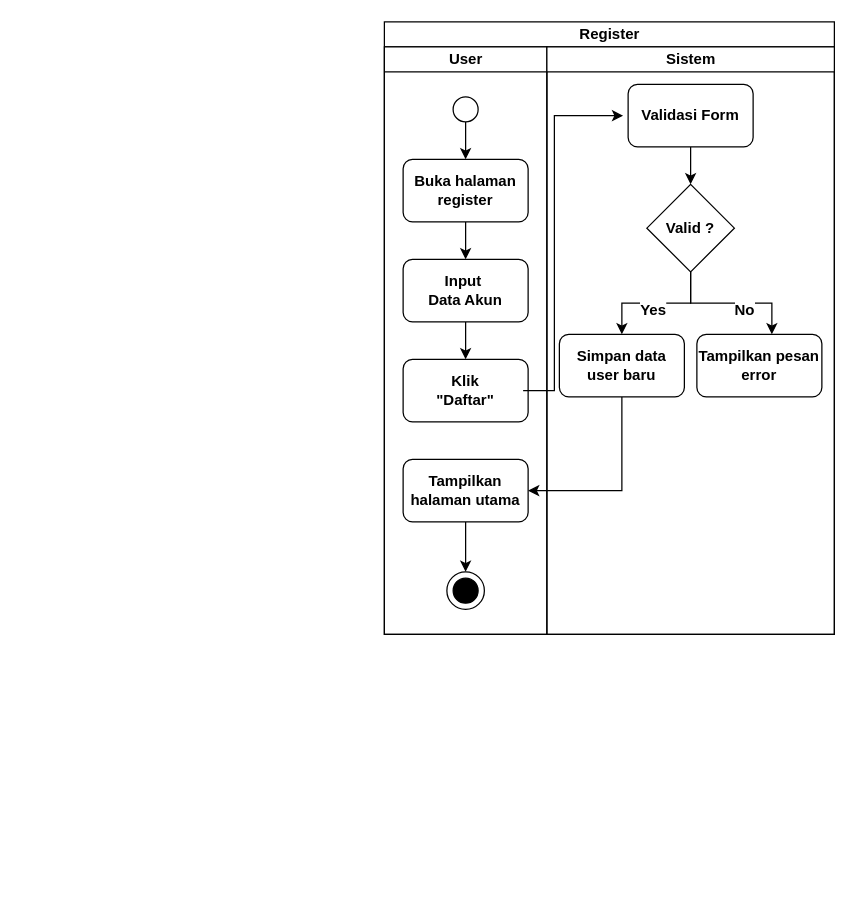
RIOKOWI/warmindo_purnama_flutter keeps this draw.io diagram as page "register" (17 of 19) of assets/uml/activity-diagram.drawio. Above is the earlier version. Source tidied: cells renumbered, new cells numbered last; positions are measured from the earlier drawing's top-left corner, leaving out a move shared by most shapes. Both pictures are drawn from the tidied source at 125%, with x=0, y=0 at pixel (21, 21).
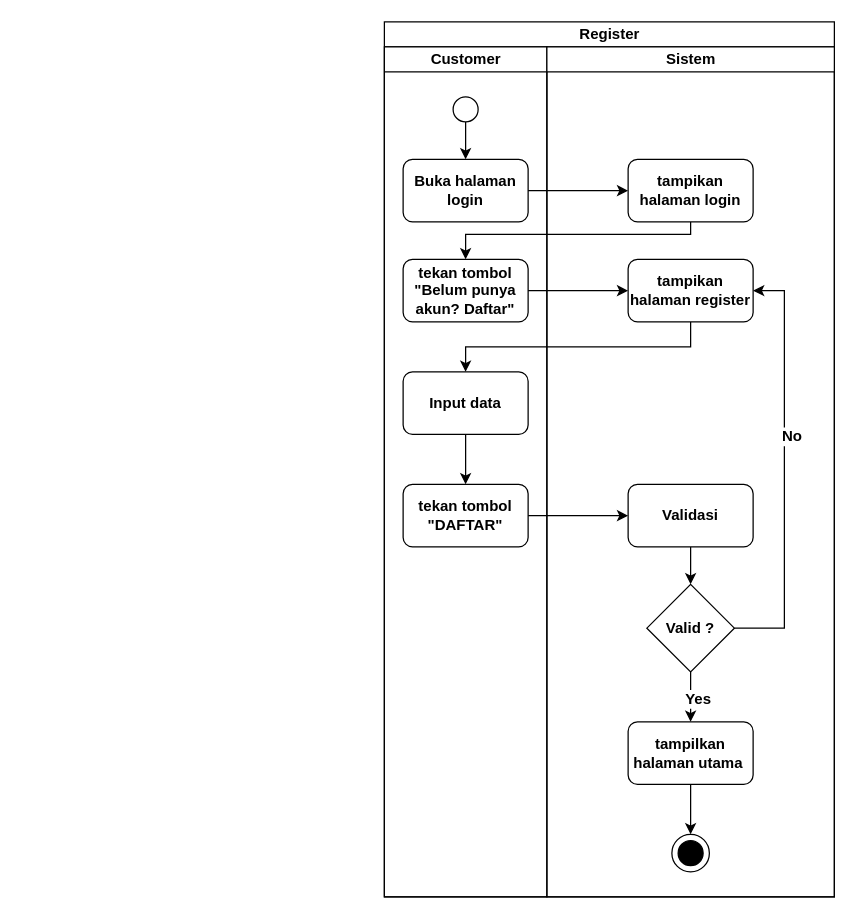
The same page after the edit.

Commit message:
docs(uml): refactor activity diagram register

Change to the diagram source:
```diff
@@
     <mxCell id="3" value="Register" style="swimlane;startSize=20;html=1;" parent="1" vertex="1">
-      <mxGeometry x="290" width="360" height="490" as="geometry" />
+      <mxGeometry x="290" width="360" height="700" as="geometry" />
     </mxCell>
-    <mxCell id="4" value="User" style="swimlane;startSize=20;html=1;" parent="3" vertex="1">
-      <mxGeometry y="20" width="130" height="470" as="geometry" />
+    <mxCell id="4" value="Customer" style="swimlane;startSize=20;html=1;" parent="3" vertex="1">
+      <mxGeometry y="20" width="130" height="680" as="geometry" />
     </mxCell>
@@
-    <mxCell id="7" style="edgeStyle=orthogonalEdgeStyle;shape=connector;rounded=0;html=1;entryX=0.5;entryY=0;entryDx=0;entryDy=0;strokeColor=default;align=center;verticalAlign=middle;fontFamily=Helvetica;fontSize=12;fontColor=default;fontStyle=1;labelBackgroundColor=default;endArrow=classic;curved=0;" parent="4" edge="1" source="8" target="10">
-      <mxGeometry relative="1" as="geometry" />
-    </mxCell>
-    <mxCell id="8" value="Buka halaman register" style="rounded=1;whiteSpace=wrap;html=1;strokeColor=default;align=center;verticalAlign=middle;fontFamily=Helvetica;fontSize=12;fontColor=default;fontStyle=1;fillColor=default;" parent="4" vertex="1">
+    <mxCell id="8" value="Buka halaman login" style="rounded=1;whiteSpace=wrap;html=1;strokeColor=default;align=center;verticalAlign=middle;fontFamily=Helvetica;fontSize=12;fontColor=default;fontStyle=1;fillColor=default;" parent="4" vertex="1">
       <mxGeometry x="15" y="90" width="100" height="50" as="geometry" />
     </mxCell>
-    <mxCell id="9" style="edgeStyle=orthogonalEdgeStyle;shape=connector;rounded=0;html=1;entryX=0.5;entryY=0;entryDx=0;entryDy=0;strokeColor=default;align=center;verticalAlign=middle;fontFamily=Helvetica;fontSize=12;fontColor=default;fontStyle=1;labelBackgroundColor=default;endArrow=classic;curved=0;" parent="4" edge="1" source="10" target="11">
-      <mxGeometry relative="1" as="geometry" />
-    </mxCell>
-    <mxCell id="10" value="Input&amp;nbsp;&lt;div&gt;Data Akun&lt;/div&gt;" style="rounded=1;whiteSpace=wrap;html=1;strokeColor=default;align=center;verticalAlign=middle;fontFamily=Helvetica;fontSize=12;fontColor=default;fontStyle=1;fillColor=default;" parent="4" vertex="1">
+    <mxCell id="10" value="tekan tombol&lt;div&gt;&quot;Belum punya akun? Daftar&quot;&lt;/div&gt;" style="rounded=1;whiteSpace=wrap;html=1;strokeColor=default;align=center;verticalAlign=middle;fontFamily=Helvetica;fontSize=12;fontColor=default;fontStyle=1;fillColor=default;" parent="4" vertex="1">
       <mxGeometry x="15" y="170" width="100" height="50" as="geometry" />
     </mxCell>
+    <mxCell id="29" style="edgeStyle=orthogonalEdgeStyle;shape=connector;curved=0;rounded=0;html=1;entryX=0.5;entryY=0;entryDx=0;entryDy=0;strokeColor=default;align=center;verticalAlign=middle;fontFamily=Helvetica;fontSize=12;fontColor=default;fontStyle=1;labelBackgroundColor=default;endArrow=classic;" parent="4" edge="1" source="11" target="13">
+      <mxGeometry relative="1" as="geometry" />
+    </mxCell>
-    <mxCell id="11" value="Klik&lt;div&gt;&quot;Daftar&quot;&lt;/div&gt;" style="rounded=1;whiteSpace=wrap;html=1;strokeColor=default;align=center;verticalAlign=middle;fontFamily=Helvetica;fontSize=12;fontColor=default;fontStyle=1;fillColor=default;" parent="4" vertex="1">
-      <mxGeometry x="15" y="250" width="100" height="50" as="geometry" />
+    <mxCell id="11" value="Input data" style="rounded=1;whiteSpace=wrap;html=1;strokeColor=default;align=center;verticalAlign=middle;fontFamily=Helvetica;fontSize=12;fontColor=default;fontStyle=1;fillColor=default;" parent="4" vertex="1">
+      <mxGeometry x="15" y="260" width="100" height="50" as="geometry" />
     </mxCell>
-    <mxCell id="12" style="edgeStyle=orthogonalEdgeStyle;shape=connector;rounded=0;html=1;entryX=0.5;entryY=0;entryDx=0;entryDy=0;strokeColor=default;align=center;verticalAlign=middle;fontFamily=Helvetica;fontSize=12;fontColor=default;fontStyle=1;labelBackgroundColor=default;endArrow=classic;curved=0;" parent="4" edge="1" source="13" target="15">
-      <mxGeometry relative="1" as="geometry" />
-    </mxCell>
-    <mxCell id="13" value="Tampilkan halaman utama" style="rounded=1;whiteSpace=wrap;html=1;strokeColor=default;align=center;verticalAlign=middle;fontFamily=Helvetica;fontSize=12;fontColor=default;fontStyle=1;fillColor=default;" parent="4" vertex="1">
-      <mxGeometry x="15" y="330" width="100" height="50" as="geometry" />
+    <mxCell id="13" value="tekan tombol&lt;div&gt;&quot;DAFTAR&quot;&lt;/div&gt;" style="rounded=1;whiteSpace=wrap;html=1;strokeColor=default;align=center;verticalAlign=middle;fontFamily=Helvetica;fontSize=12;fontColor=default;fontStyle=1;fillColor=default;" parent="4" vertex="1">
+      <mxGeometry x="15" y="350" width="100" height="50" as="geometry" />
     </mxCell>
-    <mxCell id="14" style="group;" parent="4" vertex="1">
-      <mxGeometry x="50" y="420" width="30" height="30" as="geometry" />
-    </mxCell>
-    <mxCell id="15" style="ellipse;whiteSpace=wrap;html=1;strokeColor=default;align=center;verticalAlign=middle;fontFamily=Helvetica;fontSize=12;fontColor=default;fontStyle=1;fillColor=default;" parent="14" vertex="1">
-      <mxGeometry width="30" height="30" as="geometry" />
-    </mxCell>
-    <mxCell id="16" style="ellipse;whiteSpace=wrap;html=1;strokeColor=default;align=center;verticalAlign=middle;fontFamily=Helvetica;fontSize=12;fontColor=default;fontStyle=1;fillColor=light-dark(#000000,#000000);" parent="14" vertex="1">
-      <mxGeometry x="5" y="5" width="20" height="20" as="geometry" />
-    </mxCell>
+    <mxCell id="30" style="edgeStyle=orthogonalEdgeStyle;shape=connector;curved=0;rounded=0;html=1;entryX=0;entryY=0.5;entryDx=0;entryDy=0;strokeColor=default;align=center;verticalAlign=middle;fontFamily=Helvetica;fontSize=12;fontColor=default;fontStyle=1;labelBackgroundColor=default;endArrow=classic;" parent="3" edge="1" source="10" target="19">
+      <mxGeometry relative="1" as="geometry" />
+    </mxCell>
+    <mxCell id="18" style="edgeStyle=orthogonalEdgeStyle;shape=connector;rounded=0;html=1;entryX=0.5;entryY=0;entryDx=0;entryDy=0;strokeColor=default;align=center;verticalAlign=middle;fontFamily=Helvetica;fontSize=12;fontColor=default;fontStyle=1;labelBackgroundColor=default;endArrow=classic;curved=0;" parent="3" edge="1" source="19" target="11">
+      <mxGeometry relative="1" as="geometry">
+        <Array as="points">
+          <mxPoint x="245" y="260" />
+          <mxPoint x="65" y="260" />
+        </Array>
+      </mxGeometry>
+    </mxCell>
     <mxCell id="17" value="Sistem" style="swimlane;startSize=20;html=1;" parent="3" vertex="1">
-      <mxGeometry x="130" y="20" width="230" height="470" as="geometry" />
+      <mxGeometry x="130" y="20" width="230" height="680" as="geometry" />
     </mxCell>
-    <mxCell id="18" style="edgeStyle=orthogonalEdgeStyle;shape=connector;rounded=0;html=1;entryX=0.5;entryY=0;entryDx=0;entryDy=0;strokeColor=default;align=center;verticalAlign=middle;fontFamily=Helvetica;fontSize=12;fontColor=default;fontStyle=1;labelBackgroundColor=default;endArrow=classic;curved=0;" parent="17" edge="1" source="19" target="22">
-      <mxGeometry relative="1" as="geometry" />
-    </mxCell>
-    <mxCell id="19" value="Validasi Form" style="rounded=1;whiteSpace=wrap;html=1;strokeColor=default;align=center;verticalAlign=middle;fontFamily=Helvetica;fontSize=12;fontColor=default;fontStyle=1;fillColor=default;" parent="17" vertex="1">
-      <mxGeometry x="65" y="30" width="100" height="50" as="geometry" />
+    <mxCell id="19" value="tampikan halaman register" style="rounded=1;whiteSpace=wrap;html=1;strokeColor=default;align=center;verticalAlign=middle;fontFamily=Helvetica;fontSize=12;fontColor=default;fontStyle=1;fillColor=default;" parent="17" vertex="1">
+      <mxGeometry x="65" y="170" width="100" height="50" as="geometry" />
     </mxCell>
@@
     <mxCell id="22" value="Valid ?" style="rhombus;whiteSpace=wrap;html=1;strokeColor=default;align=center;verticalAlign=middle;fontFamily=Helvetica;fontSize=12;fontColor=default;fontStyle=1;fillColor=default;" parent="17" vertex="1">
-      <mxGeometry x="80" y="110" width="70" height="70" as="geometry" />
+      <mxGeometry x="80" y="430" width="70" height="70" as="geometry" />
     </mxCell>
+    <mxCell id="31" style="edgeStyle=orthogonalEdgeStyle;shape=connector;curved=0;rounded=0;html=1;entryX=0.5;entryY=0;entryDx=0;entryDy=0;strokeColor=default;align=center;verticalAlign=middle;fontFamily=Helvetica;fontSize=12;fontColor=default;fontStyle=1;labelBackgroundColor=default;endArrow=classic;" parent="17" edge="1" source="23" target="15">
+      <mxGeometry relative="1" as="geometry" />
+    </mxCell>
-    <mxCell id="23" value="Simpan data user baru" style="rounded=1;whiteSpace=wrap;html=1;strokeColor=default;align=center;verticalAlign=middle;fontFamily=Helvetica;fontSize=12;fontColor=default;fontStyle=1;fillColor=default;" parent="17" vertex="1">
-      <mxGeometry x="10" y="230" width="100" height="50" as="geometry" />
+    <mxCell id="23" value="tampilkan halaman utama&amp;nbsp;" style="rounded=1;whiteSpace=wrap;html=1;strokeColor=default;align=center;verticalAlign=middle;fontFamily=Helvetica;fontSize=12;fontColor=default;fontStyle=1;fillColor=default;" parent="17" vertex="1">
+      <mxGeometry x="65" y="540" width="100" height="50" as="geometry" />
     </mxCell>
-    <mxCell id="24" value="Tampilkan pesan error" style="rounded=1;whiteSpace=wrap;html=1;strokeColor=default;align=center;verticalAlign=middle;fontFamily=Helvetica;fontSize=12;fontColor=default;fontStyle=1;fillColor=default;" parent="17" vertex="1">
-      <mxGeometry x="120" y="230" width="100" height="50" as="geometry" />
-    </mxCell>
-    <mxCell id="25" style="edgeStyle=orthogonalEdgeStyle;shape=connector;rounded=0;html=1;entryX=0.6;entryY=0;entryDx=0;entryDy=0;entryPerimeter=0;strokeColor=default;align=center;verticalAlign=middle;fontFamily=Helvetica;fontSize=12;fontColor=default;fontStyle=1;labelBackgroundColor=default;endArrow=classic;curved=0;" parent="17" edge="1" source="22" target="24">
-      <mxGeometry relative="1" as="geometry" />
+    <mxCell id="25" style="edgeStyle=orthogonalEdgeStyle;shape=connector;rounded=0;html=1;entryX=1;entryY=0.5;entryDx=0;entryDy=0;strokeColor=default;align=center;verticalAlign=middle;fontFamily=Helvetica;fontSize=12;fontColor=default;fontStyle=1;labelBackgroundColor=default;endArrow=classic;curved=0;" parent="17" edge="1" source="22" target="19">
+      <mxGeometry relative="1" as="geometry">
+        <Array as="points">
+          <mxPoint x="190" y="465" />
+          <mxPoint x="190" y="195" />
+        </Array>
+      </mxGeometry>
     </mxCell>
@@
-    <mxCell id="27" style="edgeStyle=orthogonalEdgeStyle;shape=connector;rounded=0;html=1;entryX=0;entryY=0.5;entryDx=0;entryDy=0;strokeColor=default;align=center;verticalAlign=middle;fontFamily=Helvetica;fontSize=12;fontColor=default;fontStyle=1;labelBackgroundColor=default;endArrow=classic;curved=0;" parent="3" edge="1">
-      <mxGeometry relative="1" as="geometry">
-        <mxPoint x="111" y="295" as="sourcePoint" />
-        <mxPoint x="191" y="75" as="targetPoint" />
-        <Array as="points">
-          <mxPoint x="136" y="295" />
-          <mxPoint x="136" y="75" />
-        </Array>
-      </mxGeometry>
-    </mxCell>
-    <mxCell id="28" style="edgeStyle=orthogonalEdgeStyle;shape=connector;rounded=0;html=1;entryX=1;entryY=0.5;entryDx=0;entryDy=0;strokeColor=default;align=center;verticalAlign=middle;fontFamily=Helvetica;fontSize=12;fontColor=default;fontStyle=1;labelBackgroundColor=default;endArrow=classic;curved=0;" parent="3" edge="1" source="23" target="13">
-      <mxGeometry relative="1" as="geometry">
-        <Array as="points">
-          <mxPoint x="190" y="375" />
-        </Array>
-      </mxGeometry>
-    </mxCell>
+    <mxCell id="32" style="edgeStyle=orthogonalEdgeStyle;shape=connector;curved=0;rounded=0;html=1;entryX=0.5;entryY=0;entryDx=0;entryDy=0;strokeColor=default;align=center;verticalAlign=middle;fontFamily=Helvetica;fontSize=12;fontColor=default;fontStyle=1;labelBackgroundColor=default;endArrow=classic;" parent="17" edge="1" source="33" target="22">
+      <mxGeometry relative="1" as="geometry" />
+    </mxCell>
+    <mxCell id="33" value="Validasi" style="rounded=1;whiteSpace=wrap;html=1;strokeColor=default;align=center;verticalAlign=middle;fontFamily=Helvetica;fontSize=12;fontColor=default;fontStyle=1;fillColor=default;" parent="17" vertex="1">
+      <mxGeometry x="65" y="350" width="100" height="50" as="geometry" />
+    </mxCell>
+    <mxCell id="34" value="tampikan halaman login" style="rounded=1;whiteSpace=wrap;html=1;strokeColor=default;align=center;verticalAlign=middle;fontFamily=Helvetica;fontSize=12;fontColor=default;fontStyle=1;fillColor=default;" parent="17" vertex="1">
+      <mxGeometry x="65" y="90" width="100" height="50" as="geometry" />
+    </mxCell>
+    <mxCell id="14" style="group;" parent="17" vertex="1">
+      <mxGeometry x="100" y="630" width="30" height="30" as="geometry" />
+    </mxCell>
+    <mxCell id="15" style="ellipse;whiteSpace=wrap;html=1;strokeColor=default;align=center;verticalAlign=middle;fontFamily=Helvetica;fontSize=12;fontColor=default;fontStyle=1;fillColor=default;" parent="14" vertex="1">
+      <mxGeometry width="30" height="30" as="geometry" />
+    </mxCell>
+    <mxCell id="16" style="ellipse;whiteSpace=wrap;html=1;strokeColor=default;align=center;verticalAlign=middle;fontFamily=Helvetica;fontSize=12;fontColor=default;fontStyle=1;fillColor=light-dark(#000000,#000000);" parent="14" vertex="1">
+      <mxGeometry x="5" y="5" width="20" height="20" as="geometry" />
+    </mxCell>
+    <mxCell id="35" style="edgeStyle=orthogonalEdgeStyle;shape=connector;curved=0;rounded=0;html=1;entryX=0;entryY=0.5;entryDx=0;entryDy=0;strokeColor=default;align=center;verticalAlign=middle;fontFamily=Helvetica;fontSize=12;fontColor=default;fontStyle=1;labelBackgroundColor=default;endArrow=classic;" parent="3" edge="1" source="8" target="34">
+      <mxGeometry relative="1" as="geometry" />
+    </mxCell>
+    <mxCell id="36" style="edgeStyle=orthogonalEdgeStyle;shape=connector;curved=0;rounded=0;html=1;entryX=0.5;entryY=0;entryDx=0;entryDy=0;strokeColor=default;align=center;verticalAlign=middle;fontFamily=Helvetica;fontSize=12;fontColor=default;fontStyle=1;labelBackgroundColor=default;endArrow=classic;" parent="3" edge="1" source="34" target="10">
+      <mxGeometry relative="1" as="geometry">
+        <Array as="points">
+          <mxPoint x="245" y="170" />
+          <mxPoint x="65" y="170" />
+        </Array>
+      </mxGeometry>
+    </mxCell>
+    <mxCell id="37" style="edgeStyle=orthogonalEdgeStyle;shape=connector;curved=0;rounded=0;html=1;entryX=0;entryY=0.5;entryDx=0;entryDy=0;strokeColor=default;align=center;verticalAlign=middle;fontFamily=Helvetica;fontSize=12;fontColor=default;fontStyle=1;labelBackgroundColor=default;endArrow=classic;" parent="3" edge="1" source="13" target="33">
+      <mxGeometry relative="1" as="geometry" />
+    </mxCell>
```
